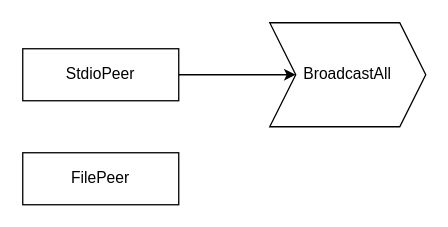
Earlier version of the draw.io diagram rua/examples/file-persistent.drawio (DiscreteTom/ruast). Source tidied: cells renumbered, new cells numbered last; positions are measured from the earlier drawing's top-left corner, leaving out a move shared by most shapes. Both pictures are drawn from the tidied source at 130%, with x=0, y=0 at pixel (22, 22).
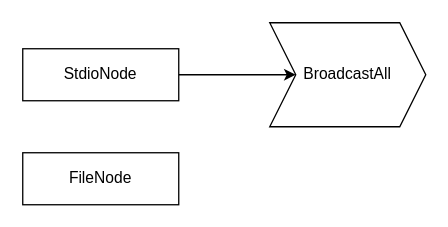
The same page after the edit.

What changed in the source:
```diff
@@
 <mxGraphModel>
   <root>
     <mxCell id="0" />
     <mxCell id="1" parent="0" />
     <mxCell id="2" style="edgeStyle=orthogonalEdgeStyle;rounded=0;jettySize=auto;html=1;" parent="1" edge="1" source="3" target="5">
       <mxGeometry relative="1" as="geometry" />
     </mxCell>
-    <mxCell id="3" value="StdioPeer" style="rounded=0;whiteSpace=wrap;html=1;" parent="1" vertex="1">
+    <mxCell id="3" value="StdioNode" style="rounded=0;whiteSpace=wrap;html=1;" parent="1" vertex="1">
       <mxGeometry y="20" width="120" height="40" as="geometry" />
     </mxCell>
-    <mxCell id="4" value="FilePeer" style="rounded=0;whiteSpace=wrap;html=1;" parent="1" vertex="1">
+    <mxCell id="4" value="FileNode" style="rounded=0;whiteSpace=wrap;html=1;" parent="1" vertex="1">
       <mxGeometry y="100" width="120" height="40" as="geometry" />
     </mxCell>
     <mxCell id="5" value="BroadcastAll" style="shape=step;perimeter=stepPerimeter;whiteSpace=wrap;html=1;fixedSize=1;" parent="1" vertex="1">
       <mxGeometry x="190" width="120" height="80" as="geometry" />
     </mxCell>
   </root>
 </mxGraphModel>
```
